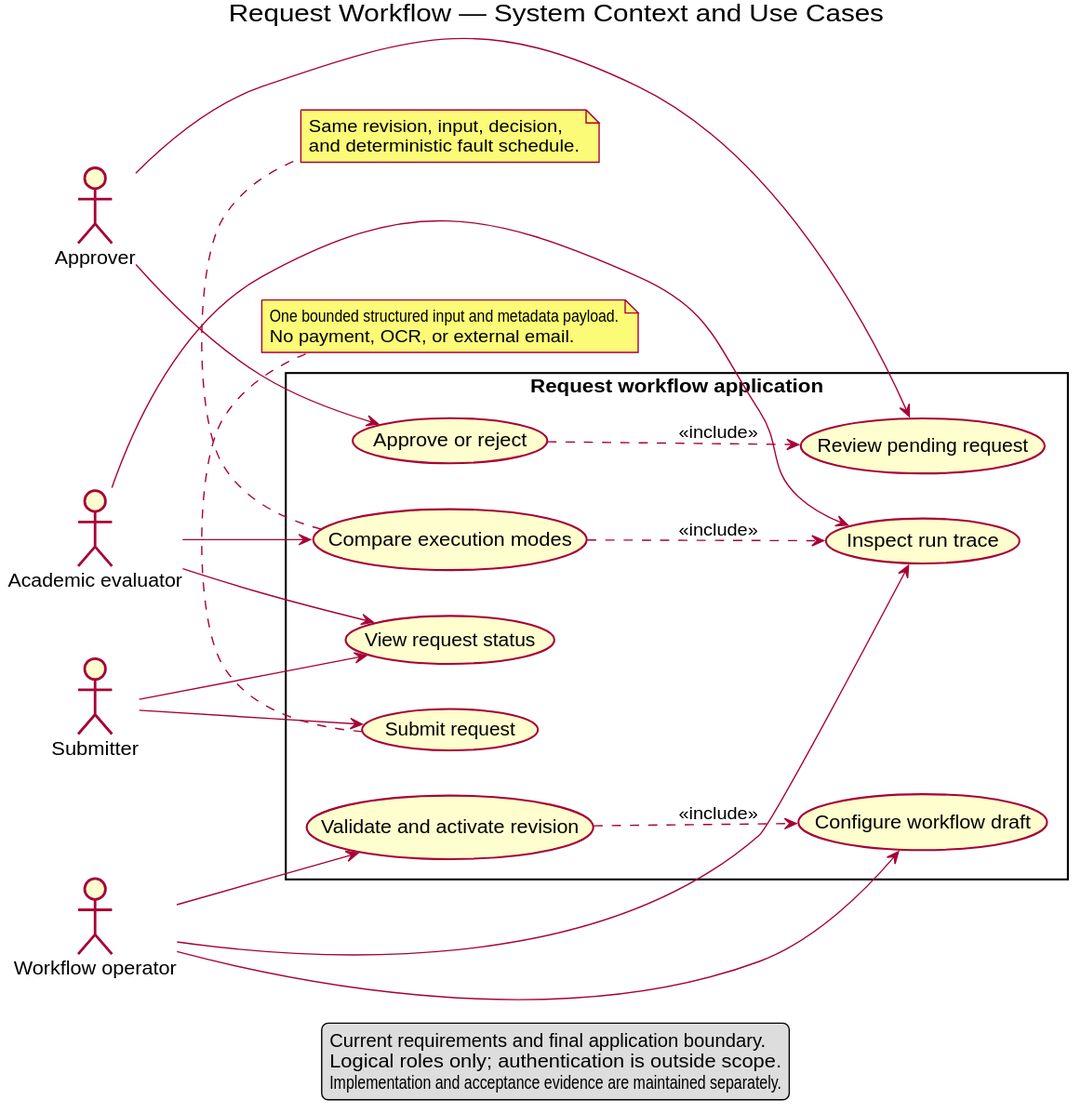
Earlier version of the PlantUML export docs/architecture/uml/rendered/system-context-use-cases.svg (MAES1102/WMS).
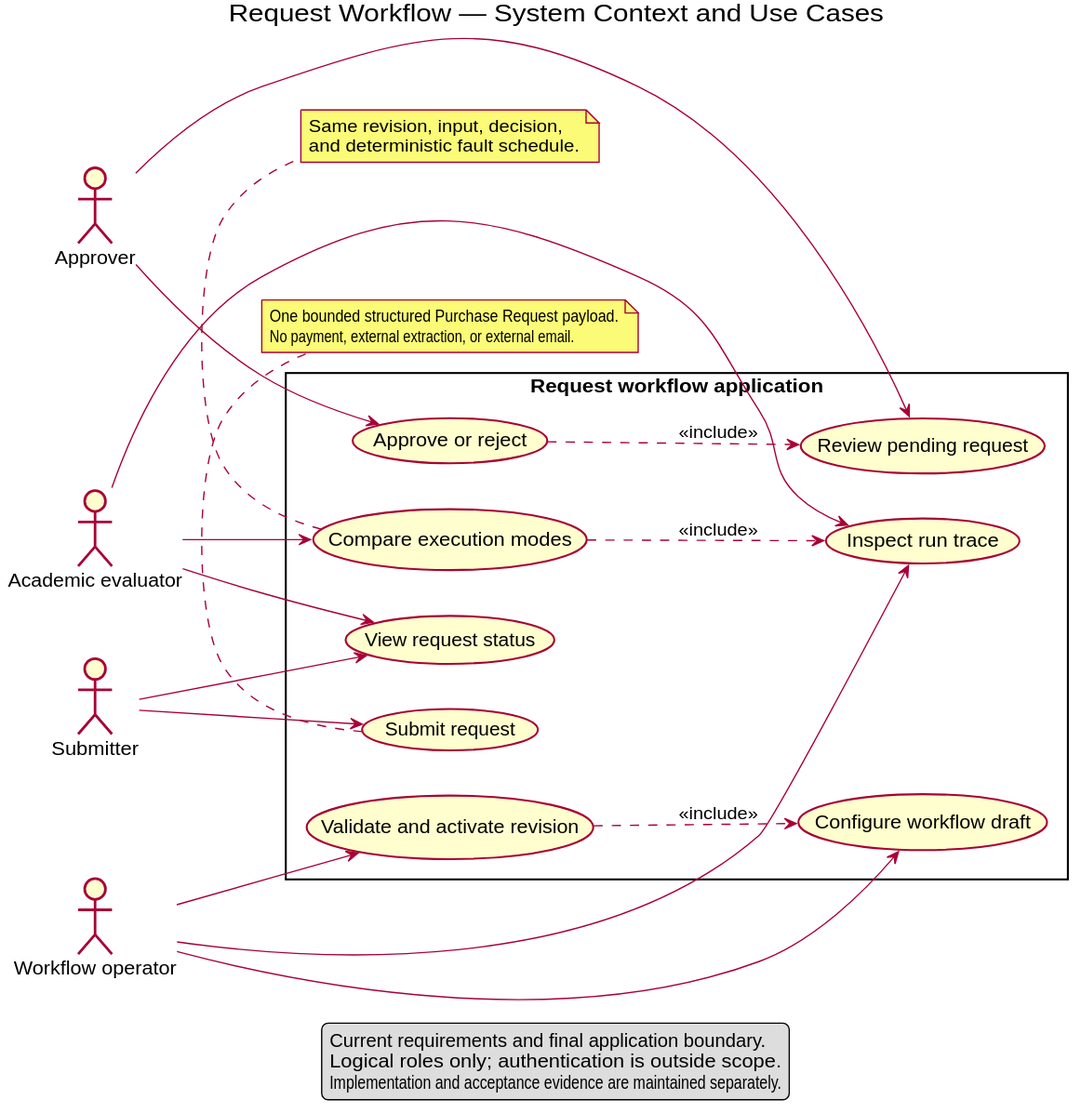
Above is the later version.

Diff of the diagram source:
```diff
@@ -35,8 +35,8 @@
 Compare ..> Trace : <<include>>
 
 note bottom of Submit
-One bounded structured input and metadata payload.
-No payment, OCR, or external email.
+One bounded structured Purchase Request payload.
+No payment, external extraction, or external email.
 end note
 
 note bottom of Compare
```
